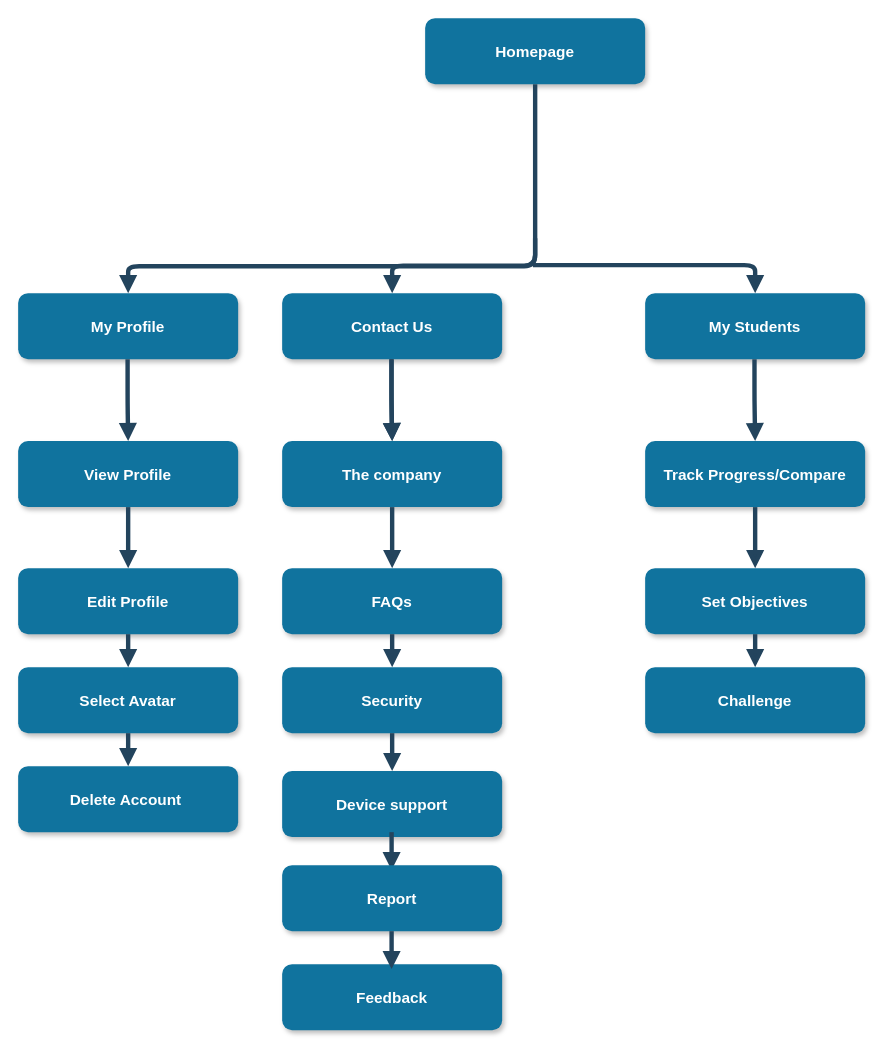
Earlier version of the draw.io diagram project_planning/teacher.drawio (chengoconnell/Numberfit-Application). Source tidied: cells renumbered, new cells numbered last; positions are measured from the earlier drawing's top-left corner, leaving out a move shared by most shapes. Both pictures are drawn from the tidied source at 110%, with x=0, y=0 at pixel (18, 18).
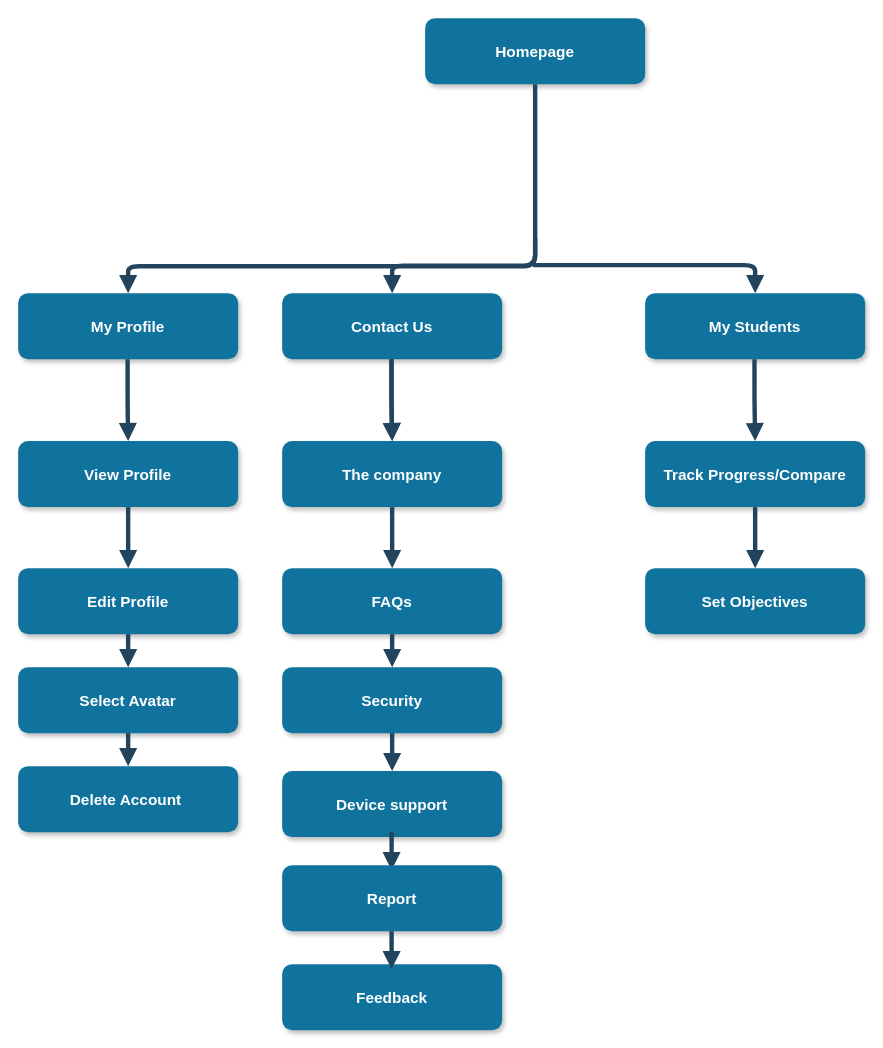
The same page after the edit.

Commit message (it also covers changes not shown here):
Numfit Game

Unchanged cells that the change refers to:
```xml
<mxCell id="15" value="Set Objectives" style="rounded=1;fillColor=#10739E;strokeColor=none;shadow=1;gradientColor=none;fontStyle=1;fontColor=#FFFFFF;fontSize=14;" parent="1" vertex="1">
  <mxGeometry x="570" y="500" width="200" height="60" as="geometry" />
</mxCell>
```

Change to the diagram source:
```diff
@@
-    <mxCell id="16" value="Challenge" style="rounded=1;fillColor=#10739E;strokeColor=none;shadow=1;gradientColor=none;fontStyle=1;fontColor=#FFFFFF;fontSize=14;" parent="1" vertex="1">
-      <mxGeometry x="570" y="590" width="200" height="60" as="geometry" />
-    </mxCell>
@@
-    <mxCell id="26" style="edgeStyle=elbowEdgeStyle;elbow=vertical;strokeWidth=4;endArrow=block;endFill=1;fontStyle=1;strokeColor=#23445D;" parent="1" edge="1" source="15" target="16">
-      <mxGeometry x="100" y="10" as="geometry" />
-    </mxCell>
```
